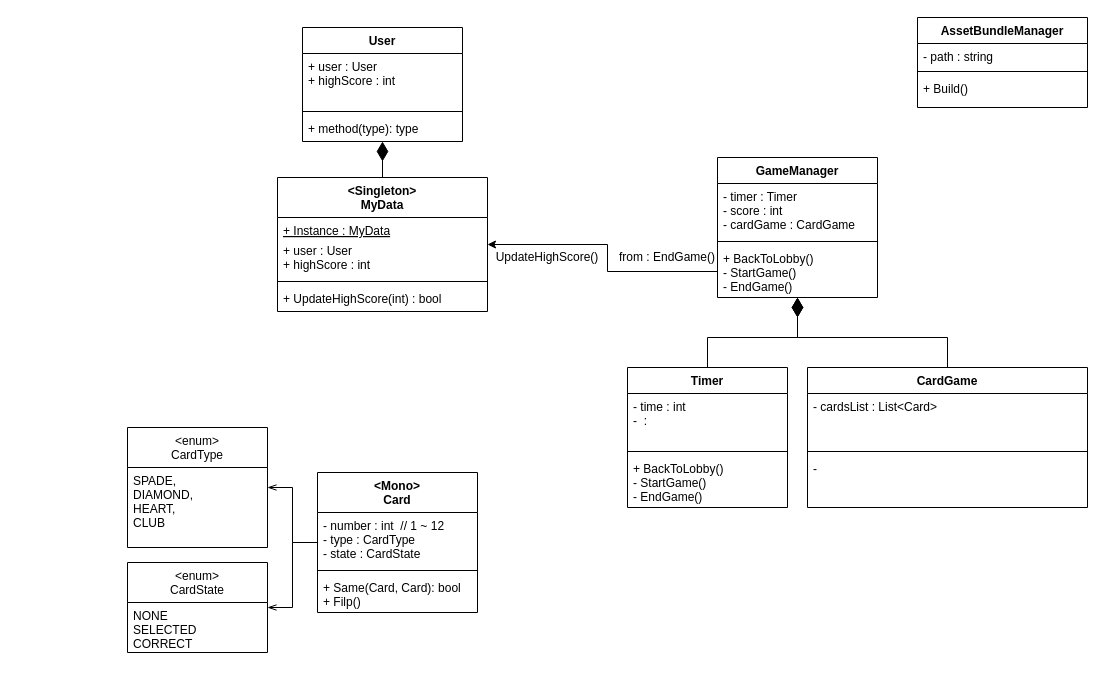
Earlier version of the draw.io diagram Diagram.drawio (s-saens/CardMemory). Source tidied: cells renumbered, new cells numbered last; positions are measured from the earlier drawing's top-left corner, leaving out a move shared by most shapes. Both pictures are drawn from the tidied source at 100%, with x=0, y=0 at pixel (127, 17).
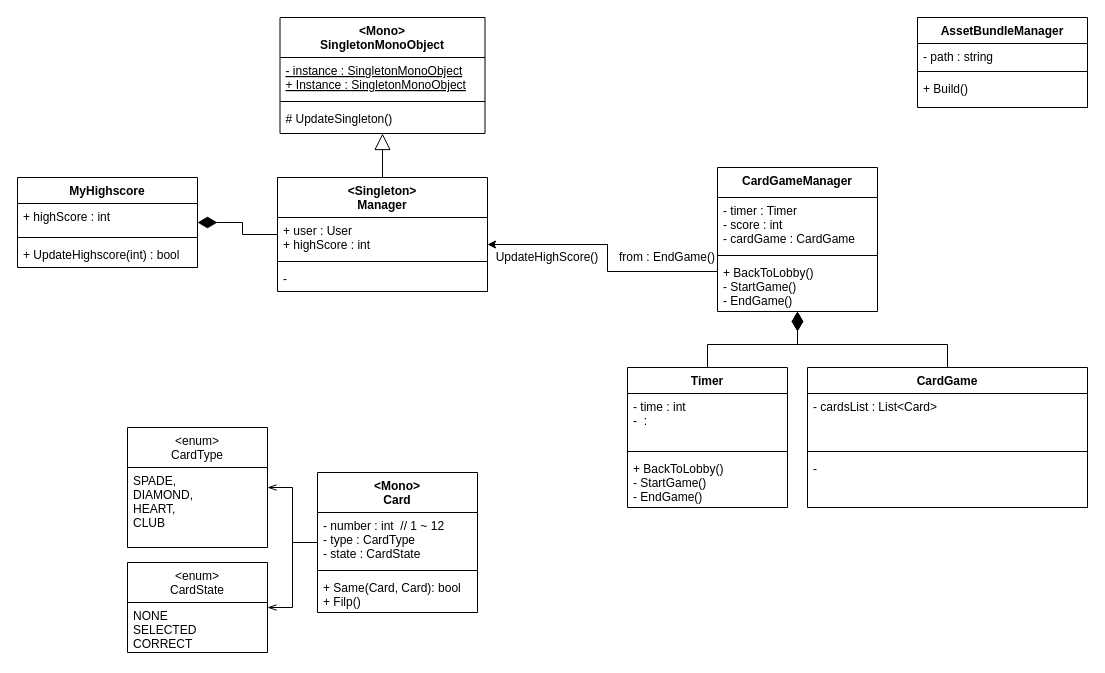
The same diagram, later.

Commit message (it also covers changes not shown here):
Manager Objects, Diagram modified

What changed in the source:
```diff
@@
-    <mxCell id="2" value="&lt;Singleton&gt;&#10;MyData" style="swimlane;fontStyle=1;align=center;verticalAlign=top;horizontal=1;startSize=40;" parent="1" vertex="1">
-      <mxGeometry x="150" y="160" width="210" height="134" as="geometry" />
+    <mxCell id="2" value="&lt;Singleton&gt;&#10;Manager" style="swimlane;fontStyle=1;align=center;verticalAlign=top;horizontal=1;startSize=40;" parent="1" vertex="1">
+      <mxGeometry x="150" y="160" width="210" height="114" as="geometry" />
     </mxCell>
-    <mxCell id="3" value="+ Instance : MyData&#10;" style="text;strokeColor=none;fillColor=none;align=left;verticalAlign=top;spacingLeft=4;spacingRight=4;overflow=hidden;fontStyle=4;" parent="2" vertex="1">
-      <mxGeometry y="40" width="210" height="20" as="geometry" />
-    </mxCell>
     <mxCell id="4" value="+ user : User&#10;+ highScore : int&#10;" style="text;strokeColor=none;fillColor=none;align=left;verticalAlign=top;spacingLeft=4;spacingRight=4;overflow=hidden;fontStyle=0;" parent="2" vertex="1">
-      <mxGeometry y="60" width="210" height="40" as="geometry" />
+      <mxGeometry y="40" width="210" height="40" as="geometry" />
     </mxCell>
     <mxCell id="5" style="line;strokeWidth=1;fillColor=none;align=left;verticalAlign=middle;spacingTop=-1;spacingLeft=3;spacingRight=3;labelPosition=right;" parent="2" vertex="1">
-      <mxGeometry y="100" width="210" height="8" as="geometry" />
+      <mxGeometry y="80" width="210" height="8" as="geometry" />
     </mxCell>
-    <mxCell id="6" value="+ UpdateHighScore(int) : bool" style="text;strokeColor=none;fillColor=none;align=left;verticalAlign=top;spacingLeft=4;spacingRight=4;overflow=hidden;" parent="2" vertex="1">
-      <mxGeometry y="108" width="210" height="26" as="geometry" />
+    <mxCell id="6" value="-" style="text;strokeColor=none;fillColor=none;align=left;verticalAlign=top;spacingLeft=4;spacingRight=4;overflow=hidden;" parent="2" vertex="1">
+      <mxGeometry y="88" width="210" height="26" as="geometry" />
     </mxCell>
@@
-    <mxCell id="8" value="GameManager" style="swimlane;fontStyle=1;align=center;verticalAlign=top;horizontal=1;startSize=26;" parent="1" vertex="1">
-      <mxGeometry x="590" y="140" width="160" height="140" as="geometry" />
+    <mxCell id="8" value="CardGameManager" style="swimlane;fontStyle=1;align=center;verticalAlign=top;horizontal=1;startSize=30;" parent="1" vertex="1">
+      <mxGeometry x="590" y="150" width="160" height="144" as="geometry" />
     </mxCell>
     <mxCell id="9" value="- timer : Timer&#10;- score : int&#10;- cardGame : CardGame" style="text;strokeColor=none;fillColor=none;align=left;verticalAlign=top;spacingLeft=4;spacingRight=4;overflow=hidden;" parent="8" vertex="1">
-      <mxGeometry y="26" width="160" height="54" as="geometry" />
+      <mxGeometry y="30" width="160" height="54" as="geometry" />
     </mxCell>
     <mxCell id="10" style="line;strokeWidth=1;fillColor=none;align=left;verticalAlign=middle;spacingTop=-1;spacingLeft=3;spacingRight=3;labelPosition=right;" parent="8" vertex="1">
-      <mxGeometry y="80" width="160" height="8" as="geometry" />
+      <mxGeometry y="84" width="160" height="8" as="geometry" />
     </mxCell>
     <mxCell id="11" value="+ BackToLobby()&#10;- StartGame()&#10;- EndGame()" style="text;strokeColor=none;fillColor=none;align=left;verticalAlign=top;spacingLeft=4;spacingRight=4;overflow=hidden;points=[[0,0.5],[1,0.5]];portConstraint=eastwest;" parent="8" vertex="1">
-      <mxGeometry y="88" width="160" height="52" as="geometry" />
+      <mxGeometry y="92" width="160" height="52" as="geometry" />
     </mxCell>
@@
-    <mxCell id="31" value="User" style="swimlane;fontStyle=1;align=center;verticalAlign=top;horizontal=1;startSize=26;" parent="1" vertex="1">
-      <mxGeometry x="175" y="10" width="160" height="114" as="geometry" />
+    <mxCell id="31" value="MyHighscore" style="swimlane;fontStyle=1;align=center;verticalAlign=top;horizontal=1;startSize=26;" parent="1" vertex="1">
+      <mxGeometry x="-110" y="160" width="180" height="90" as="geometry" />
     </mxCell>
-    <mxCell id="32" value="+ user : User&#10;+ highScore : int&#10;" style="text;strokeColor=none;fillColor=none;align=left;verticalAlign=top;spacingLeft=4;spacingRight=4;overflow=hidden;" parent="31" vertex="1">
-      <mxGeometry y="26" width="160" height="54" as="geometry" />
+    <mxCell id="32" value="+ highScore : int&#10;" style="text;strokeColor=none;fillColor=none;align=left;verticalAlign=top;spacingLeft=4;spacingRight=4;overflow=hidden;" parent="31" vertex="1">
+      <mxGeometry y="26" width="180" height="30" as="geometry" />
     </mxCell>
     <mxCell id="33" style="line;strokeWidth=1;fillColor=none;align=left;verticalAlign=middle;spacingTop=-1;spacingLeft=3;spacingRight=3;labelPosition=right;" parent="31" vertex="1">
-      <mxGeometry y="80" width="160" height="8" as="geometry" />
+      <mxGeometry y="56" width="180" height="8" as="geometry" />
     </mxCell>
-    <mxCell id="34" value="+ method(type): type" style="text;strokeColor=none;fillColor=none;align=left;verticalAlign=top;spacingLeft=4;spacingRight=4;overflow=hidden;" parent="31" vertex="1">
-      <mxGeometry y="88" width="160" height="26" as="geometry" />
+    <mxCell id="34" value="+ UpdateHighscore(int) : bool" style="text;strokeColor=none;fillColor=none;align=left;verticalAlign=top;spacingLeft=4;spacingRight=4;overflow=hidden;" parent="31" vertex="1">
+      <mxGeometry y="64" width="180" height="26" as="geometry" />
     </mxCell>
@@
+    <mxCell id="43" value="&lt;Mono&gt;&#10;SingletonMonoObject" style="swimlane;fontStyle=1;align=center;verticalAlign=top;horizontal=1;startSize=40;" parent="1" vertex="1">
+      <mxGeometry x="152.5" width="205" height="116" as="geometry" />
+    </mxCell>
+    <mxCell id="44" value="- instance : SingletonMonoObject&#10;+ Instance : SingletonMonoObject" style="text;strokeColor=none;fillColor=none;align=left;verticalAlign=top;spacingLeft=4;spacingRight=4;overflow=hidden;fontStyle=4;" parent="43" vertex="1">
+      <mxGeometry y="40" width="205" height="40" as="geometry" />
+    </mxCell>
+    <mxCell id="45" style="line;strokeWidth=1;fillColor=none;align=left;verticalAlign=middle;spacingTop=-1;spacingLeft=3;spacingRight=3;labelPosition=right;" parent="43" vertex="1">
+      <mxGeometry y="80" width="205" height="8" as="geometry" />
+    </mxCell>
+    <mxCell id="46" value="# UpdateSingleton()" style="text;strokeColor=none;fillColor=none;align=left;verticalAlign=top;spacingLeft=4;spacingRight=4;overflow=hidden;" parent="43" vertex="1">
+      <mxGeometry y="88" width="205" height="28" as="geometry" />
+    </mxCell>
+    <mxCell id="47" style="edgeStyle=orthogonalEdgeStyle;rounded=0;jettySize=auto;html=1;endArrow=block;endFill=0;strokeWidth=1;endSize=14;" parent="1" edge="1" source="2" target="43">
+      <mxGeometry relative="1" as="geometry" />
+    </mxCell>
```
